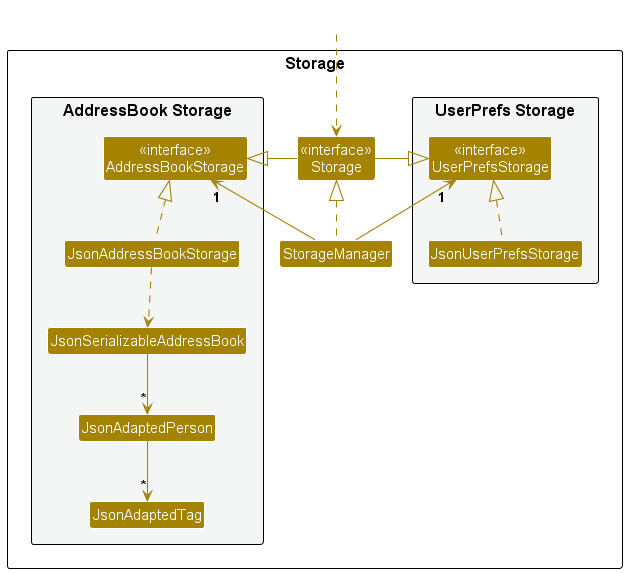
Earlier version of the PlantUML export docs/images/StorageClassDiagram.png (nus-cs2103-AY2425S1/tp).
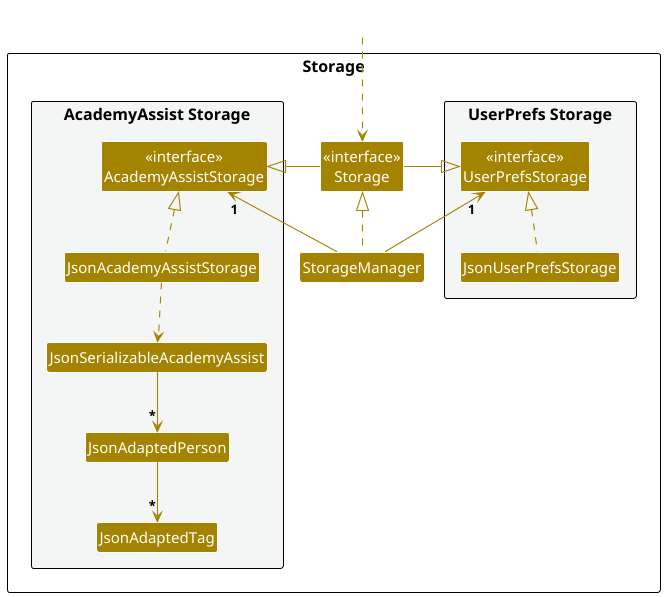
The same diagram one commit later.

What changed in the source:
```diff
@@ -14,10 +14,10 @@
 Class "<<interface>>\nStorage" as Storage
 Class StorageManager
 
-package "AddressBook Storage" #F4F6F6{
-Class "<<interface>>\nAddressBookStorage" as AddressBookStorage
-Class JsonAddressBookStorage
-Class JsonSerializableAddressBook
+package "AcademyAssist Storage" #F4F6F6{
+Class "<<interface>>\nAcademyAssistStorage" as AcademyAssistStorage
+Class JsonAcademyAssistStorage
+Class JsonSerializableAcademyAssist
 Class JsonAdaptedPerson
 Class JsonAdaptedTag
 }
@@ -29,15 +29,15 @@
 
 StorageManager .up.|> Storage
 StorageManager -up-> "1" UserPrefsStorage
-StorageManager -up-> "1" AddressBookStorage
+StorageManager -up-> "1" AcademyAssistStorage
 
 Storage -left-|> UserPrefsStorage
-Storage -right-|> AddressBookStorage
+Storage -right-|> AcademyAssistStorage
 
 JsonUserPrefsStorage .up.|> UserPrefsStorage
-JsonAddressBookStorage .up.|> AddressBookStorage
-JsonAddressBookStorage ..> JsonSerializableAddressBook
-JsonSerializableAddressBook --> "*" JsonAdaptedPerson
+JsonAcademyAssistStorage .up.|> AcademyAssistStorage
+JsonAcademyAssistStorage ..> JsonSerializableAcademyAssist
+JsonSerializableAcademyAssist --> "*" JsonAdaptedPerson
 JsonAdaptedPerson --> "*" JsonAdaptedTag
 
 @enduml
```
